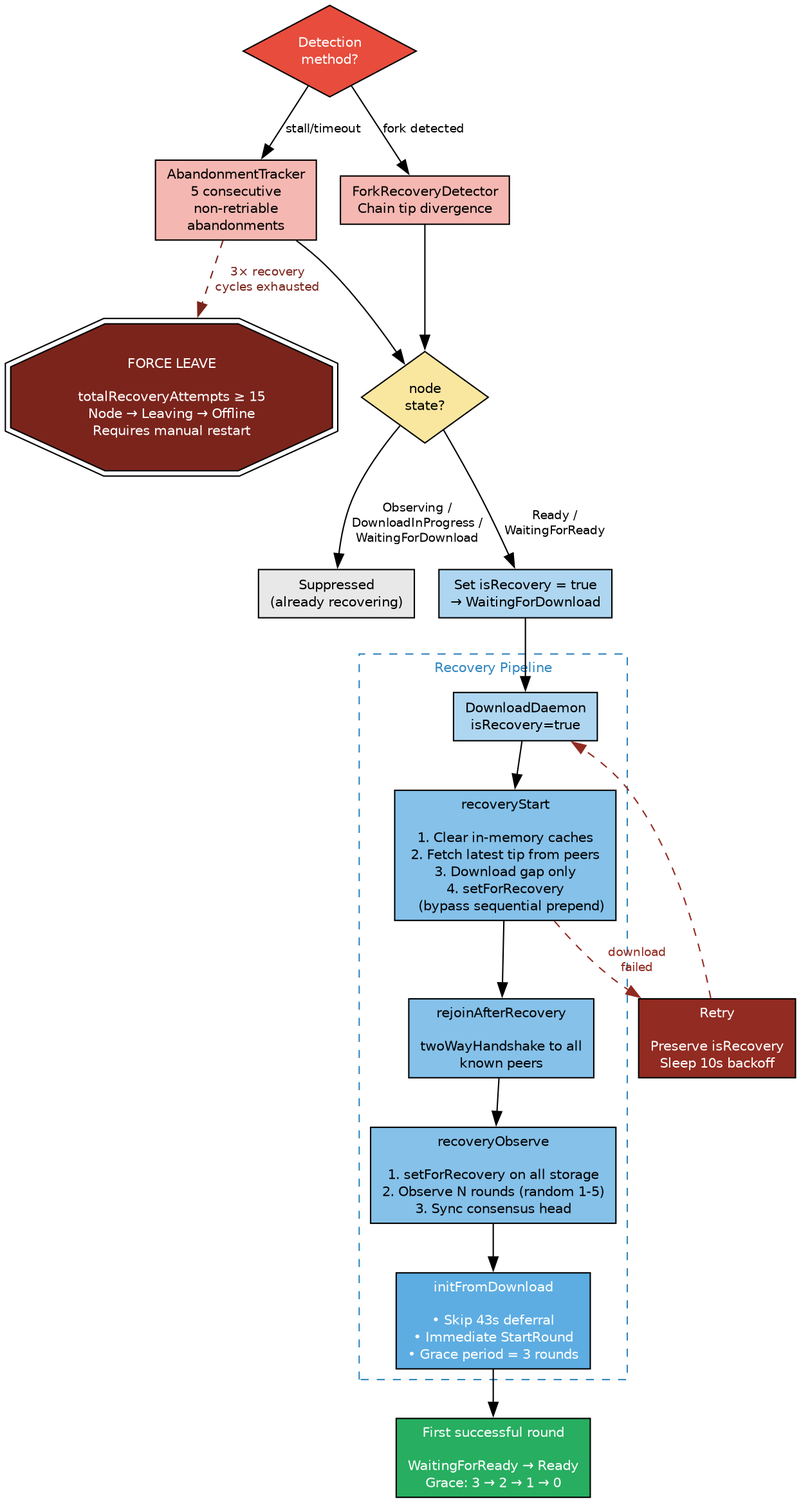
Before: docs/consensus/diagrams/recovery-decision-tree.png, a diagram exported from Graphviz (Constellation-Labs/tessellation). Its source is kept beside it as docs/consensus/diagrams/recovery-decision-tree.dot.
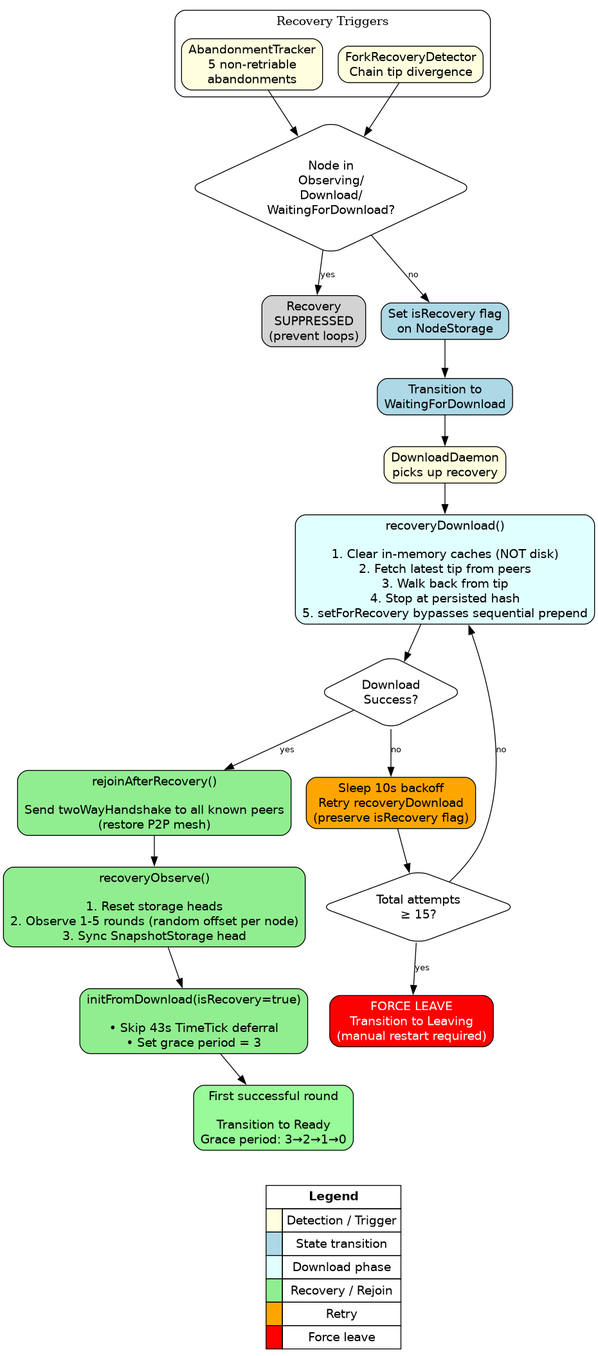
After the commit.

The edit, as a diff of the source:
```diff
@@ -35,7 +35,7 @@
 
     DownloadDaemon -> RecoveryDownload;
 
-    RecoveryDownload [label="recoveryDownload()\n\n1. Clear in-memory caches\n   (NOT disk)\n2. Fetch latest tip from peers\n3. Walk back from tip\n4. Stop at persisted hash\n5. setForRecovery bypasses\n   sequential prepend", style="rounded,filled", fillcolor="lightcyan"];
+    RecoveryDownload [label="recoveryDownload()\n\n1. Clear in-memory caches (NOT disk)\n2. Fetch latest tip from peers\n3. Walk back from tip\n4. Stop at persisted hash\n5. setForRecovery bypasses sequential prepend", style="rounded,filled", fillcolor="lightcyan"];
 
     RecoveryDownload -> DownloadResult;
 
@@ -54,30 +54,32 @@
 
     ForceLeave [label="FORCE LEAVE\nTransition to Leaving\n(manual restart required)", style="rounded,filled", fillcolor="red", fontcolor="white"];
 
-    Rejoin [label="rejoinAfterRecovery()\n\nSend twoWayHandshake\nto all known peers\n(restore P2P mesh)", style="rounded,filled", fillcolor="lightgreen"];
+    Rejoin [label="rejoinAfterRecovery()\n\nSend twoWayHandshake to all known peers\n(restore P2P mesh)", style="rounded,filled", fillcolor="lightgreen"];
 
     Rejoin -> RecoveryObserve;
 
-    RecoveryObserve [label="recoveryObserve()\n\n1. Reset storage heads\n2. Observe 1-5 rounds\n   (random offset per node)\n3. Sync SnapshotStorage head", style="rounded,filled", fillcolor="lightgreen"];
+    RecoveryObserve [label="recoveryObserve()\n\n1. Reset storage heads\n2. Observe 1-5 rounds (random offset per node)\n3. Sync SnapshotStorage head", style="rounded,filled", fillcolor="lightgreen"];
 
     RecoveryObserve -> InitFromDownload;
 
-    InitFromDownload [label="initFromDownload()\nisRecovery=true\n\n• Skip 43s TimeTick deferral\n• Set grace period = 3", style="rounded,filled", fillcolor="lightgreen"];
+    InitFromDownload [label="initFromDownload(isRecovery=true)\n\n• Skip 43s TimeTick deferral\n• Set grace period = 3", style="rounded,filled", fillcolor="lightgreen"];
 
     InitFromDownload -> FirstRound;
 
     FirstRound [label="First successful round\n\nTransition to Ready\nGrace period: 3→2→1→0", style="rounded,filled", fillcolor="palegreen"];
 
-    subgraph cluster_legend {
-        label="Legend";
-        style=dashed;
-        fontsize=10;
+    Legend [shape=plaintext, label=<
+        <TABLE BORDER="0" CELLBORDER="1" CELLSPACING="0" CELLPADDING="4">
+        <TR><TD COLSPAN="2"><B>Legend</B></TD></TR>
+        <TR><TD BGCOLOR="lightyellow">  </TD><TD>Detection / Trigger</TD></TR>
+        <TR><TD BGCOLOR="lightblue">  </TD><TD>State transition</TD></TR>
+        <TR><TD BGCOLOR="lightcyan">  </TD><TD>Download phase</TD></TR>
+        <TR><TD BGCOLOR="lightgreen">  </TD><TD>Recovery / Rejoin</TD></TR>
+        <TR><TD BGCOLOR="orange">  </TD><TD>Retry</TD></TR>
+        <TR><TD BGCOLOR="red">  </TD><TD>Force leave</TD></TR>
+        </TABLE>
+    >];
 
-        l1 [shape=plaintext, label="Yellow: Detection/Trigger"];
-        l2 [shape=plaintext, label="Blue: State transition"];
-        l3 [shape=plaintext, label="Cyan: Download phase"];
-        l4 [shape=plaintext, label="Green: Recovery/Rejoin"];
-        l5 [shape=plaintext, label="Orange: Retry"];
-        l6 [shape=plaintext, label="Red: Force leave"];
-    }
+    FirstRound -> Legend [style=invis];
+    ForceLeave -> Legend [style=invis];
 }
```
